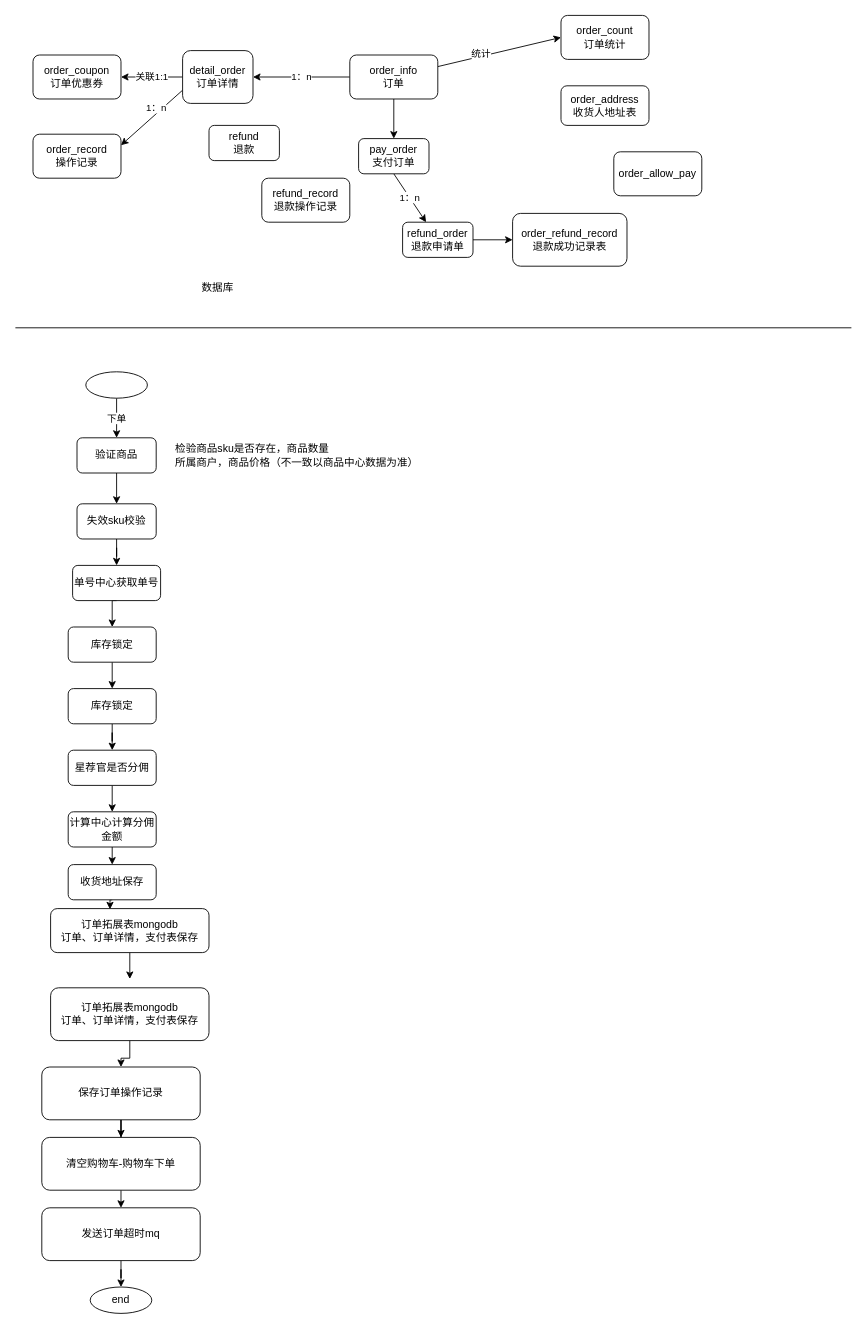
Before: work/order-center.drawio in yoghurt326/Myprocess, a draw.io diagram. Source tidied: cells renumbered, new cells numbered last; positions are measured from the earlier drawing's top-left corner, leaving out a move shared by most shapes. Both pictures are drawn from the tidied source at 88%, with x=0, y=0 at pixel (15, 15).
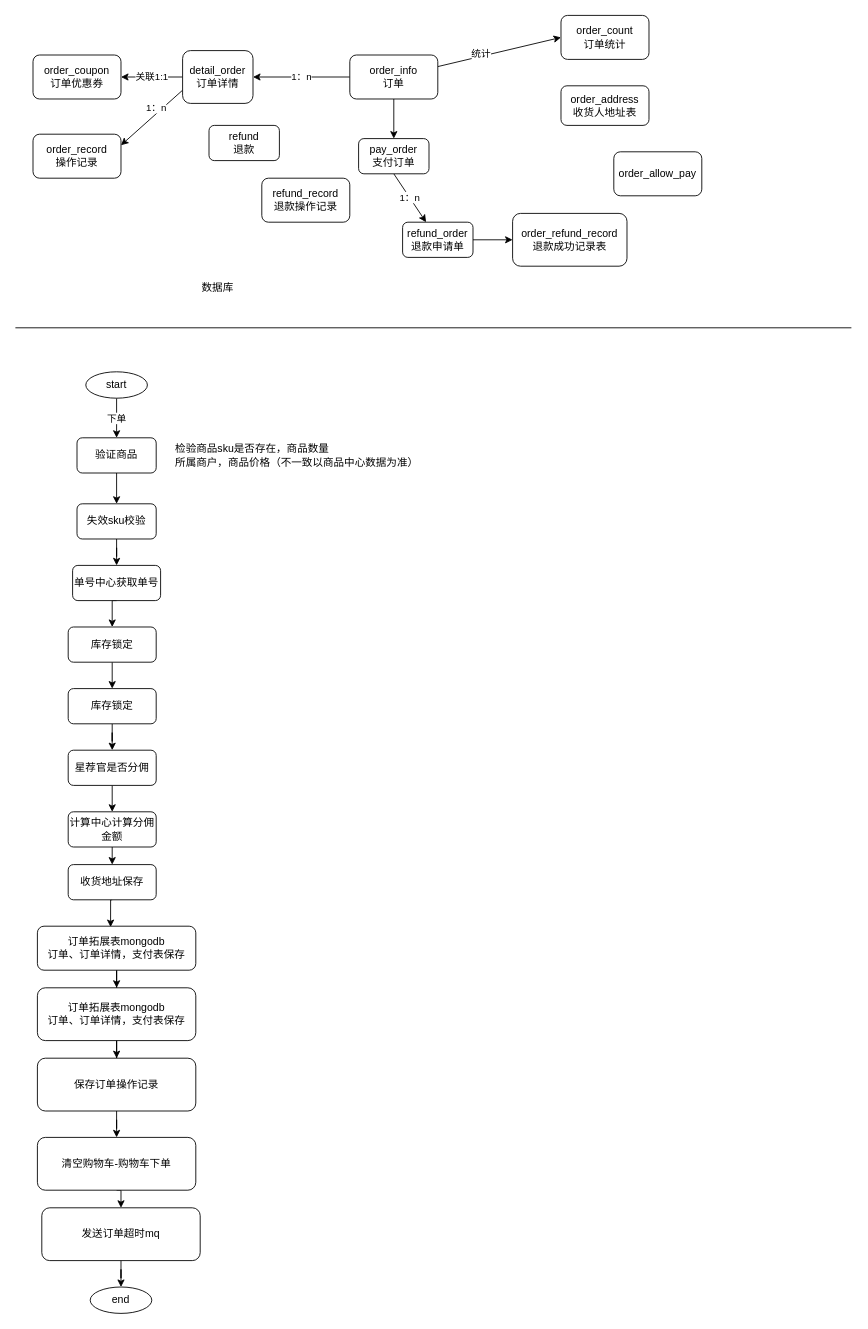
The same diagram, later.

Unchanged cells that the change refers to:
```xml
<mxCell id="42" value="收货地址保存" style="rounded=1;whiteSpace=wrap;html=1;" parent="1" vertex="1">
  <mxGeometry x="60" y="965" width="100" height="40" as="geometry" />
</mxCell>
```

Change to the diagram source:
```diff
@@
-    <mxCell id="25" style="ellipse;whiteSpace=wrap;html=1;" parent="1" vertex="1">
+    <mxCell id="25" value="start&lt;br&gt;" style="ellipse;whiteSpace=wrap;html=1;" parent="1" vertex="1">
       <mxGeometry x="80" y="405" width="70" height="30" as="geometry" />
     </mxCell>
@@
-    <mxCell id="41" style="edgeStyle=orthogonalEdgeStyle;rounded=0;jettySize=auto;html=1;exitX=0.5;exitY=1;exitDx=0;exitDy=0;entryX=0.375;entryY=0.017;entryDx=0;entryDy=0;entryPerimeter=0;" parent="1" edge="1" source="42" target="44">
+    <mxCell id="41" style="edgeStyle=orthogonalEdgeStyle;rounded=0;jettySize=auto;html=1;exitX=0.5;exitY=1;exitDx=0;exitDy=0;entryX=0.462;entryY=0.02;entryDx=0;entryDy=0;entryPerimeter=0;" parent="1" edge="1" source="42" target="44">
       <mxGeometry relative="1" as="geometry" />
     </mxCell>
@@
-    <mxCell id="43" style="edgeStyle=orthogonalEdgeStyle;rounded=0;jettySize=auto;html=1;exitX=0.5;exitY=1;exitDx=0;exitDy=0;" parent="1" edge="1" source="44">
-      <mxGeometry relative="1" as="geometry">
-        <mxPoint x="130" y="1095" as="targetPoint" />
-      </mxGeometry>
-    </mxCell>
+    <mxCell id="54" style="edgeStyle=orthogonalEdgeStyle;rounded=0;jettySize=auto;html=1;exitX=0.5;exitY=1;exitDx=0;exitDy=0;" parent="1" edge="1" source="44" target="46">
+      <mxGeometry relative="1" as="geometry" />
+    </mxCell>
     <mxCell id="44" value="订单拓展表mongodb&lt;br&gt;订单、订单详情，支付表保存" style="rounded=1;whiteSpace=wrap;html=1;" parent="1" vertex="1">
-      <mxGeometry x="40" y="1015" width="180" height="50" as="geometry" />
+      <mxGeometry x="25" y="1035" width="180" height="50" as="geometry" />
     </mxCell>
@@
     <mxCell id="46" value="订单拓展表mongodb&lt;br&gt;订单、订单详情，支付表保存" style="rounded=1;whiteSpace=wrap;html=1;" parent="1" vertex="1">
-      <mxGeometry x="40" y="1105" width="180" height="60" as="geometry" />
+      <mxGeometry x="25" y="1105" width="180" height="60" as="geometry" />
     </mxCell>
@@
     <mxCell id="48" value="保存订单操作记录" style="rounded=1;whiteSpace=wrap;html=1;" parent="1" vertex="1">
-      <mxGeometry x="30" y="1195" width="180" height="60" as="geometry" />
+      <mxGeometry x="25" y="1185" width="180" height="60" as="geometry" />
     </mxCell>
@@
     <mxCell id="50" value="清空购物车-购物车下单" style="rounded=1;whiteSpace=wrap;html=1;" parent="1" vertex="1">
-      <mxGeometry x="30" y="1275" width="180" height="60" as="geometry" />
+      <mxGeometry x="25" y="1275" width="180" height="60" as="geometry" />
     </mxCell>
```
